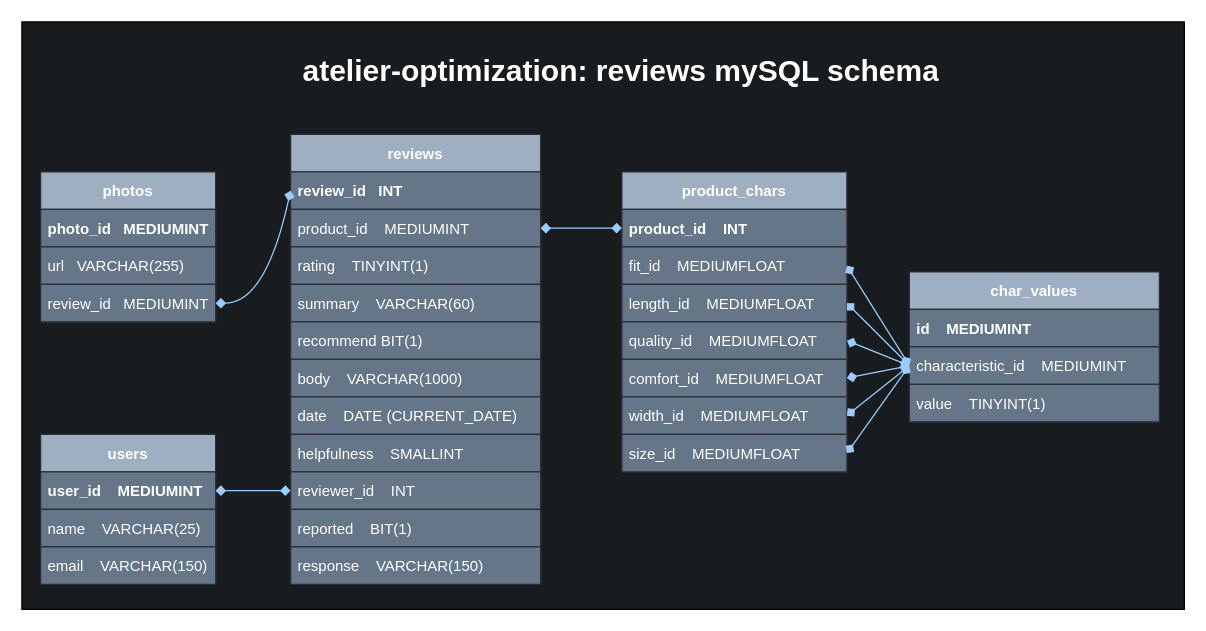
The draw.io diagram data_models/sql-model.drawio in Poplin-Devs/reviews-service, before the edit. Source tidied: cells renumbered, new cells numbered last; positions are measured from the earlier drawing's top-left corner, leaving out a move shared by most shapes. Both pictures are drawn from the tidied source at 125%, with x=0, y=0 at pixel (21, 21).
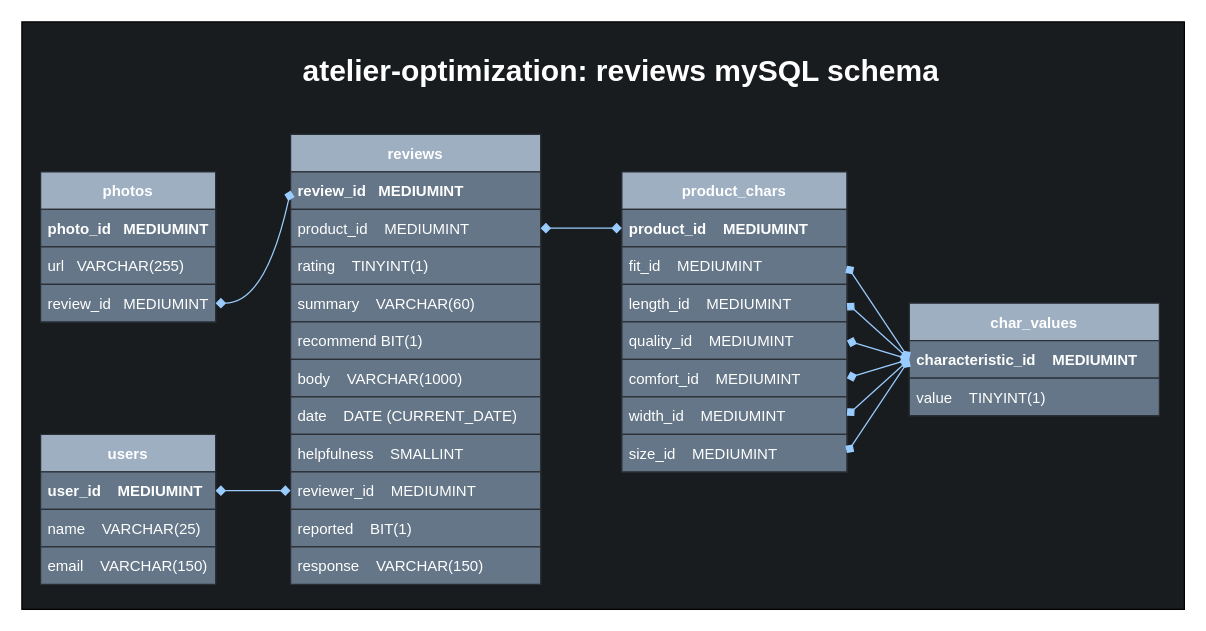
The same diagram, later.

Commit message (it also covers changes not shown here):
fine tune all table schema and schema config. update data model diagram to match changes

Unchanged cells that the change refers to:
```xml
<mxCell id="7" value="reviews" style="swimlane;fontStyle=1;horizontal=1;startSize=30;fillColor=#9FAFC2;strokeColor=#2A2F36;fontColor=#ffffff;" parent="1" vertex="1">
  <mxGeometry x="215" y="90" width="200" height="360" as="geometry" />
</mxCell>
<mxCell id="29" value="product_chars" style="swimlane;fontStyle=1;horizontal=1;startSize=30;fillColor=#9FAFC2;strokeColor=#2A2F36;fontColor=#ffffff;" parent="1" vertex="1">
  <mxGeometry x="480" y="120" width="180" height="240" as="geometry" />
</mxCell>
```

The edit, as a diff of the source:
```diff
@@
-    <mxCell id="8" value="review_id   INT" style="text;align=left;verticalAlign=middle;spacingLeft=4;spacingRight=4;overflow=hidden;points=[[0,0.5],[1,0.5]];portConstraint=eastwest;fontStyle=1;fillColor=#647687;strokeColor=#2A2F36;fontColor=#ffffff;" parent="7" vertex="1">
+    <mxCell id="8" value="review_id   MEDIUMINT" style="text;align=left;verticalAlign=middle;spacingLeft=4;spacingRight=4;overflow=hidden;points=[[0,0.5],[1,0.5]];portConstraint=eastwest;fontStyle=1;fillColor=#647687;strokeColor=#2A2F36;fontColor=#ffffff;" parent="7" vertex="1">
       <mxGeometry y="30" width="200" height="30" as="geometry" />
     </mxCell>
@@
-    <mxCell id="16" value="reviewer_id    INT" style="text;align=left;verticalAlign=middle;spacingLeft=4;spacingRight=4;overflow=hidden;points=[[0,0.5],[1,0.5]];portConstraint=eastwest;fillColor=#647687;strokeColor=#2A2F36;fontColor=#ffffff;" parent="7" vertex="1">
+    <mxCell id="16" value="reviewer_id    MEDIUMINT" style="text;align=left;verticalAlign=middle;spacingLeft=4;spacingRight=4;overflow=hidden;points=[[0,0.5],[1,0.5]];portConstraint=eastwest;fillColor=#647687;strokeColor=#2A2F36;fontColor=#ffffff;" parent="7" vertex="1">
       <mxGeometry y="270" width="200" height="30" as="geometry" />
     </mxCell>
@@
     <mxCell id="25" value="char_values" style="swimlane;fontStyle=1;horizontal=1;startSize=30;fillColor=#9FAFC2;strokeColor=#2A2F36;fontColor=#ffffff;" parent="1" vertex="1">
-      <mxGeometry x="710" y="200" width="200" height="120" as="geometry" />
+      <mxGeometry x="710" y="225" width="200" height="90" as="geometry" />
     </mxCell>
-    <mxCell id="26" value="id    MEDIUMINT" style="text;align=left;verticalAlign=middle;spacingLeft=4;spacingRight=4;overflow=hidden;fontStyle=1;fillColor=#647687;strokeColor=#2A2F36;fontColor=#ffffff;" parent="25" vertex="1">
-      <mxGeometry y="30" width="200" height="30" as="geometry" />
-    </mxCell>
-    <mxCell id="27" value="characteristic_id    MEDIUMINT" style="text;align=left;verticalAlign=middle;spacingLeft=4;spacingRight=4;overflow=hidden;points=[[0,0.5],[1,0.5]];portConstraint=eastwest;fontStyle=0;fillColor=#647687;strokeColor=#2A2F36;fontColor=#ffffff;" parent="25" vertex="1">
-      <mxGeometry y="60" width="200" height="30" as="geometry" />
+    <mxCell id="27" value="characteristic_id    MEDIUMINT" style="text;align=left;verticalAlign=middle;spacingLeft=4;spacingRight=4;overflow=hidden;points=[[0,0.5],[1,0.5]];portConstraint=eastwest;fontStyle=1;fillColor=#647687;strokeColor=#2A2F36;fontColor=#ffffff;" parent="25" vertex="1">
+      <mxGeometry y="30" width="200" height="30" as="geometry" />
     </mxCell>
     <mxCell id="28" value="value    TINYINT(1)" style="text;align=left;verticalAlign=middle;spacingLeft=4;spacingRight=4;overflow=hidden;fillColor=#647687;strokeColor=#2A2F36;fontColor=#ffffff;" parent="25" vertex="1">
-      <mxGeometry y="90" width="200" height="30" as="geometry" />
+      <mxGeometry y="60" width="200" height="30" as="geometry" />
     </mxCell>
@@
-    <mxCell id="30" value="product_id    INT" style="text;align=left;verticalAlign=middle;spacingLeft=4;spacingRight=4;overflow=hidden;points=[[0,0.5],[1,0.5]];portConstraint=eastwest;fontStyle=1;fillColor=#647687;strokeColor=#2A2F36;fontColor=#ffffff;" parent="29" vertex="1">
+    <mxCell id="30" value="product_id    MEDIUMINT" style="text;align=left;verticalAlign=middle;spacingLeft=4;spacingRight=4;overflow=hidden;points=[[0,0.5],[1,0.5]];portConstraint=eastwest;fontStyle=1;fillColor=#647687;strokeColor=#2A2F36;fontColor=#ffffff;" parent="29" vertex="1">
       <mxGeometry y="30" width="180" height="30" as="geometry" />
     </mxCell>
-    <mxCell id="31" value="fit_id    MEDIUMFLOAT" style="text;align=left;verticalAlign=middle;spacingLeft=4;spacingRight=4;overflow=hidden;points=[[0,0.5],[1,0.5]];portConstraint=eastwest;fillColor=#647687;strokeColor=#2A2F36;fontColor=#ffffff;" parent="29" vertex="1">
+    <mxCell id="31" value="fit_id    MEDIUMINT" style="text;align=left;verticalAlign=middle;spacingLeft=4;spacingRight=4;overflow=hidden;points=[[0,0.5],[1,0.5]];portConstraint=eastwest;fillColor=#647687;strokeColor=#2A2F36;fontColor=#ffffff;" parent="29" vertex="1">
       <mxGeometry y="60" width="180" height="30" as="geometry" />
     </mxCell>
-    <mxCell id="32" value="length_id    MEDIUMFLOAT" style="text;align=left;verticalAlign=middle;spacingLeft=4;spacingRight=4;overflow=hidden;points=[[0,0.5],[1,0.5]];portConstraint=eastwest;fillColor=#647687;strokeColor=#2A2F36;fontColor=#ffffff;" parent="29" vertex="1">
+    <mxCell id="32" value="length_id    MEDIUMINT" style="text;align=left;verticalAlign=middle;spacingLeft=4;spacingRight=4;overflow=hidden;points=[[0,0.5],[1,0.5]];portConstraint=eastwest;fillColor=#647687;strokeColor=#2A2F36;fontColor=#ffffff;" parent="29" vertex="1">
       <mxGeometry y="90" width="180" height="30" as="geometry" />
     </mxCell>
-    <mxCell id="33" value="quality_id    MEDIUMFLOAT" style="text;align=left;verticalAlign=middle;spacingLeft=4;spacingRight=4;overflow=hidden;points=[[0,0.5],[1,0.5]];portConstraint=eastwest;fillColor=#647687;strokeColor=#2A2F36;fontColor=#ffffff;" parent="29" vertex="1">
+    <mxCell id="33" value="quality_id    MEDIUMINT" style="text;align=left;verticalAlign=middle;spacingLeft=4;spacingRight=4;overflow=hidden;points=[[0,0.5],[1,0.5]];portConstraint=eastwest;fillColor=#647687;strokeColor=#2A2F36;fontColor=#ffffff;" parent="29" vertex="1">
       <mxGeometry y="120" width="180" height="30" as="geometry" />
     </mxCell>
-    <mxCell id="34" value="comfort_id    MEDIUMFLOAT" style="text;align=left;verticalAlign=middle;spacingLeft=4;spacingRight=4;overflow=hidden;points=[[0,0.5],[1,0.5]];portConstraint=eastwest;fillColor=#647687;strokeColor=#2A2F36;fontColor=#ffffff;" parent="29" vertex="1">
+    <mxCell id="34" value="comfort_id    MEDIUMINT" style="text;align=left;verticalAlign=middle;spacingLeft=4;spacingRight=4;overflow=hidden;points=[[0,0.5],[1,0.5]];portConstraint=eastwest;fillColor=#647687;strokeColor=#2A2F36;fontColor=#ffffff;" parent="29" vertex="1">
       <mxGeometry y="150" width="180" height="30" as="geometry" />
     </mxCell>
-    <mxCell id="35" value="width_id    MEDIUMFLOAT" style="text;align=left;verticalAlign=middle;spacingLeft=4;spacingRight=4;overflow=hidden;points=[[0,0.5],[1,0.5]];portConstraint=eastwest;fillColor=#647687;strokeColor=#2A2F36;fontColor=#ffffff;" parent="29" vertex="1">
+    <mxCell id="35" value="width_id    MEDIUMINT" style="text;align=left;verticalAlign=middle;spacingLeft=4;spacingRight=4;overflow=hidden;points=[[0,0.5],[1,0.5]];portConstraint=eastwest;fillColor=#647687;strokeColor=#2A2F36;fontColor=#ffffff;" parent="29" vertex="1">
       <mxGeometry y="180" width="180" height="30" as="geometry" />
     </mxCell>
-    <mxCell id="36" value="size_id    MEDIUMFLOAT" style="text;align=left;verticalAlign=middle;spacingLeft=4;spacingRight=4;overflow=hidden;points=[[0,0.5],[1,0.5]];portConstraint=eastwest;fillColor=#647687;strokeColor=#2A2F36;fontColor=#ffffff;" parent="29" vertex="1">
+    <mxCell id="36" value="size_id    MEDIUMINT" style="text;align=left;verticalAlign=middle;spacingLeft=4;spacingRight=4;overflow=hidden;points=[[0,0.5],[1,0.5]];portConstraint=eastwest;fillColor=#647687;strokeColor=#2A2F36;fontColor=#ffffff;" parent="29" vertex="1">
       <mxGeometry y="210" width="180" height="30" as="geometry" />
     </mxCell>
```
